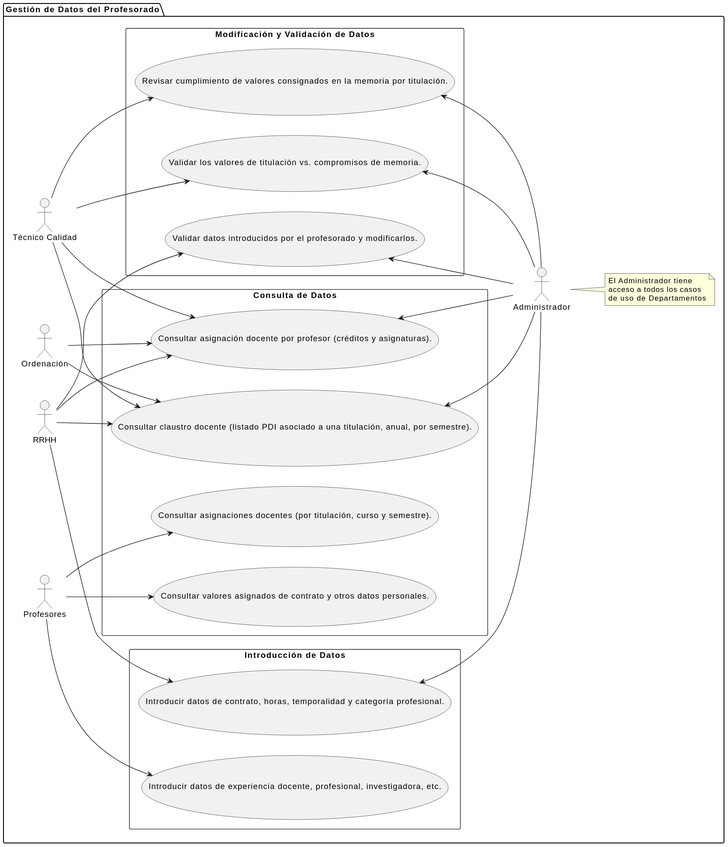
This is images/modelosUML/CdU/DatosProfesorado.svg from mmasias/24-25-IdSw1-SDR, a PlantUML export, as it was before one commit.
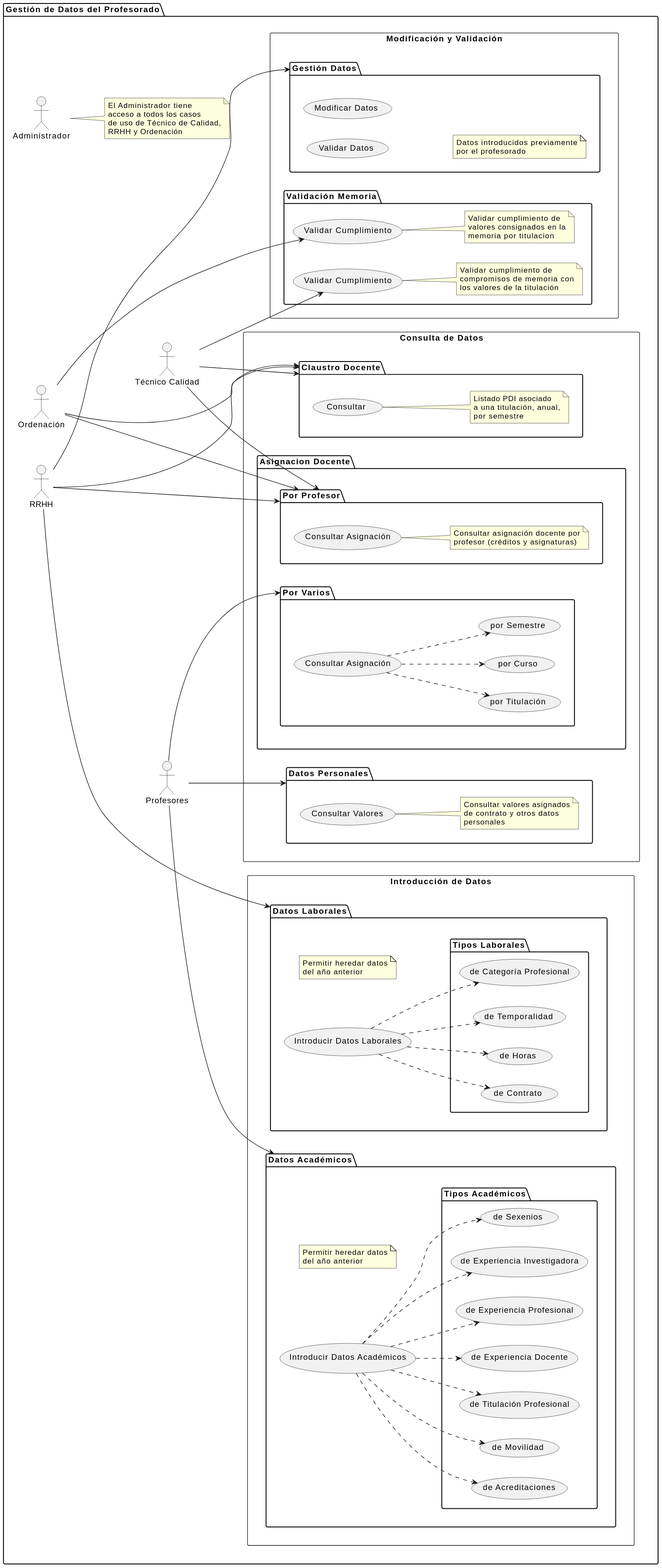
Later version of the same file.

What changed in the source:
```diff
@@ -1,54 +1,145 @@
 @startuml
 left to right direction
+
 package "Gestión de Datos del Profesorado" {
+    actor "Profesores" as prof
+    actor "Ordenación" as ord
+    actor "Técnico Calidad" as tec
+    actor "RRHH" as rrhh
+    actor "Administrador" as admin
 
-  actor "Profesores" as Profesores
-  actor "Ordenación" as Ordenacion
-  actor "Técnico Calidad" as TecnicoCalidad
-  actor "RRHH" as RRHH
-  actor "Administrador" as Admin
+    together {
+        rectangle "Introducción de Datos" {
+            package "Datos Académicos" as datosAcadPackage {
+                usecase "Introducir Datos Académicos" as datosAcad
 
-  rectangle "Introducción de Datos" {
-    usecase "Introducir datos de experiencia docente, profesional, investigadora, etc." as CU1
-    usecase "Introducir datos de contrato, horas, temporalidad y categoría profesional." as CU2
-  }
-  rectangle "Consulta de Datos" {
-    usecase "Consultar valores asignados de contrato y otros datos personales." as CU3
-    usecase "Consultar asignaciones docentes (por titulación, curso y semestre)." as CU4
-    usecase "Consultar claustro docente (listado PDI asociado a una titulación, anual, por semestre)." as CU5
-    usecase "Consultar asignación docente por profesor (créditos y asignaturas)." as CU6
-  }
-  rectangle "Modificación y Validación de Datos" {
-    usecase "Validar datos introducidos por el profesorado y modificarlos." as CU7
-    usecase "Validar los valores de titulación vs. compromisos de memoria." as CU8
-    usecase "Revisar cumplimiento de valores consignados en la memoria por titulación." as CU9
-  }
+                package "Tipos Académicos" {
+                    usecase "de Experiencia Docente" as expDoc
+                    usecase "de Experiencia Profesional" as expProf
+                    usecase "de Experiencia Investigadora" as expInv
+                    usecase "de Sexenios" as sexenios
+                    usecase "de Acreditaciones" as acred
+                    usecase "de Movilidad" as mov
+                    usecase "de Titulación Profesional" as titProf
+                }
+                note "Permitir heredar datos\ndel año anterior" as notaDatosAcad
+            }
 
-  Profesores --> CU1
-  Profesores --> CU3
-  Profesores --> CU4
-  RRHH --> CU2
-  RRHH --> CU5
-  RRHH --> CU6
-  RRHH --> CU7
-  Ordenacion --> CU5
-  Ordenacion --> CU6
-  TecnicoCalidad --> CU5
-  TecnicoCalidad --> CU6
-  TecnicoCalidad --> CU8
-  TecnicoCalidad --> CU9
+            package "Datos Laborales" as datosLabPackage {
+                usecase "Introducir Datos Laborales" as datosLab
 
-  CU2 <-- Admin
-  CU5 <-- Admin
-  CU6 <-- Admin
-  CU7 <-- Admin
-  CU8 <-- Admin
-  CU9 <-- Admin
+                package "Tipos Laborales" {
+                    usecase "de Contrato" as contrato
+                    usecase "de Horas" as horas
+                    usecase "de Temporalidad" as temp
+                    usecase "de Categoría Profesional" as catProf
+                }
+                note "Permitir heredar datos\ndel año anterior" as notaDatosLab
+            }
+        }
 
-  note right of Admin
-    El Administrador tiene
-    acceso a todos los casos
-    de uso de Departamentos
-  end note
+        rectangle "Consulta de Datos" {
+            package "Datos Personales" as datosPersonalesPackage {
+                usecase "Consultar Valores" as consultaValores
+                note right of consultaValores
+                    Consultar valores asignados
+                    de contrato y otros datos
+                    personales
+                end note
+            }
+
+            package "Asignacion Docente" as asignacionesDocentesPackage {
+                together {
+                    package "Por Varios" as porVarPackage {
+                        usecase "Consultar Asignación" as consAsig
+                        usecase "por Titulación" as porTit
+                        usecase "por Curso" as porCurso
+                        usecase "por Semestre" as porSem
+                    }
+
+                    package "Por Profesor" as porProfPackage {
+                        usecase "Consultar Asignación" as consProf
+                        note right of consProf
+                            Consultar asignación docente por
+                            profesor (créditos y asignaturas)
+                        end note
+                    }
+                }
+            }
+
+            package "Claustro Docente" as claustroPackage {
+                usecase "Consultar" as consClaustro
+                note right of consClaustro
+                    Listado PDI asociado
+                    a una titulación, anual,
+                    por semestre
+                end note
+            }
+        }
+
+        rectangle "Modificación y Validación" {
+            package "Gestión Datos" as gestDatosPackage {
+                usecase "Validar Datos"
+                usecase "Modificar Datos"
+                note "Datos introducidos previamente\npor el profesorado" as notaGestDatos
+            }
+
+            package "Validación Memoria" as valMemPackage {
+                usecase "Validar Cumplimiento" as valCumpli1
+                note right
+                    Validar cumplimiento de
+                    valores consignados en la
+                    memoria por titulacion
+                end note
+                usecase "Validar Cumplimiento" as valCumpli2
+                note right
+                    Validar cumplimiento de
+                    compromisos de memoria con
+                    los valores de la titulación
+                end note
+            }
+        }
+    }
+
+    datosAcad ..> expDoc
+    datosAcad ..> expProf
+    datosAcad ..> expInv
+    datosAcad ..> sexenios
+    datosAcad ..> acred
+    datosAcad ..> mov
+    datosAcad ..> titProf
+
+    datosLab ..> contrato
+    datosLab ..> horas
+    datosLab ..> temp
+    datosLab ..> catProf
+
+    consAsig ..> porTit
+    consAsig ..> porCurso
+    consAsig ..> porSem
+
+    prof --> datosAcadPackage
+    prof --> datosPersonalesPackage
+    prof --> porVarPackage
+
+    rrhh ---> gestDatosPackage
+    rrhh ---> datosLabPackage
+    rrhh ---> claustroPackage
+    rrhh ---> porProfPackage
+
+    ord ---> claustroPackage
+    ord ---> porProfPackage
+    ord ---> valCumpli1
+
+    tec --> claustroPackage
+    tec --> porProfPackage
+    tec --> valCumpli2
+
+    note right of admin
+        El Administrador tiene
+        acceso a todos los casos
+        de uso de Técnico de Calidad,
+        RRHH y Ordenación
+    end note
 }
 @enduml
```
